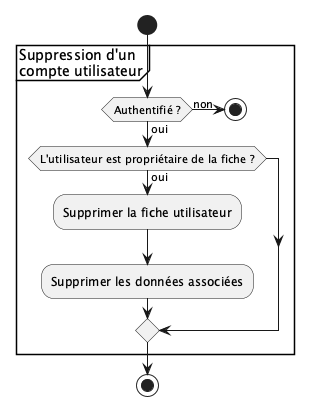
The PlantUML diagram doc/umldiagrams/workflows/usersuppression.png in lodygens/cadi, before a commit. Source of this version:
```plantuml
@startuml
start
partition "Suppression d'un \ncompte utilisateur" {
if (Authentifié ?) then (oui)
    if (L'utilisateur est propriétaire de la fiche ?) then (oui)
        :Supprimer la fiche utilisateur;
        :Supprimer les données associées;
    endif
else (non)
    stop
endif
}
stop
@enduml
```
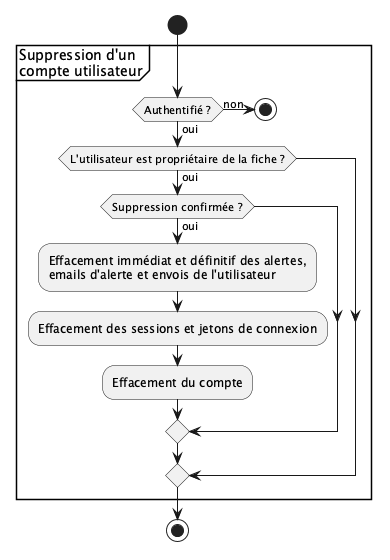
Above is the later version.

Diff of the diagram source:
```diff
@@ -3,8 +3,12 @@
 partition "Suppression d'un \ncompte utilisateur" {
 if (Authentifié ?) then (oui)
     if (L'utilisateur est propriétaire de la fiche ?) then (oui)
-        :Supprimer la fiche utilisateur;
-        :Supprimer les données associées;
+        if (Suppression confirmée ?) then (oui)
+            :Effacement immédiat et définitif des alertes,
+            emails d'alerte et envois de l'utilisateur;
+            :Effacement des sessions et jetons de connexion;
+            :Effacement du compte;
+        endif
     endif
 else (non)
     stop
```
